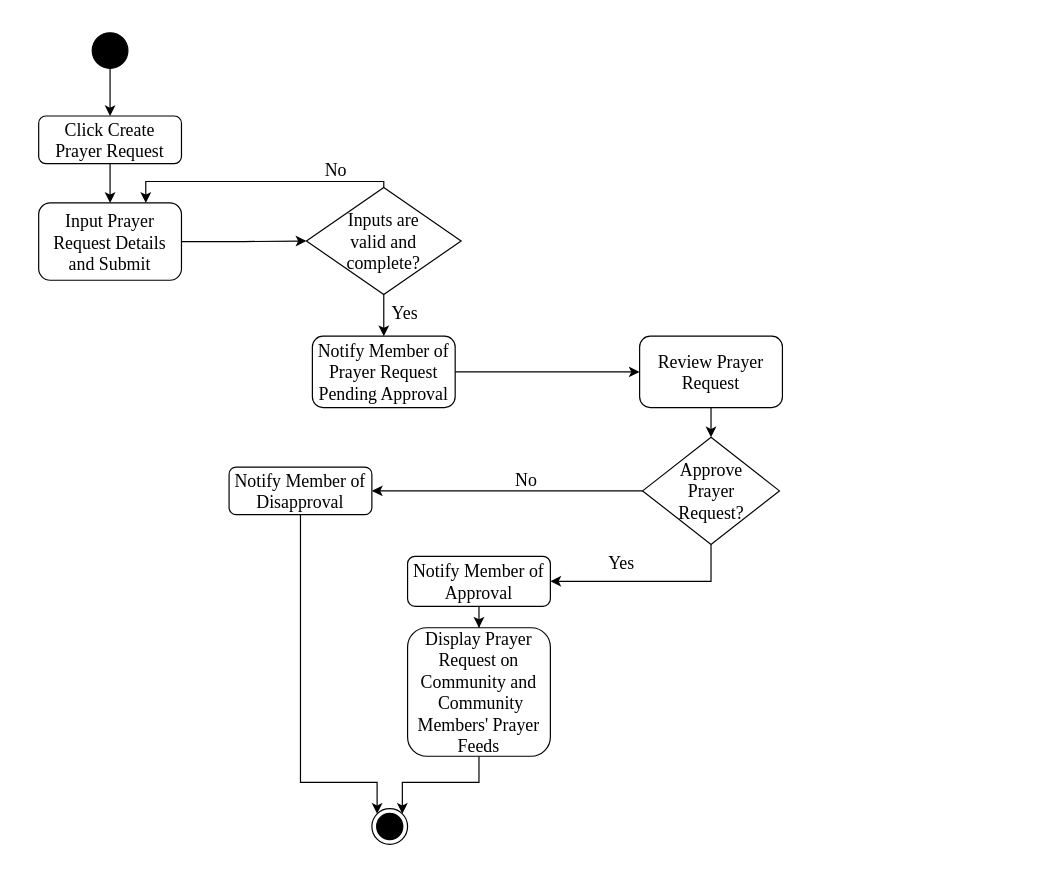
This is page "PrayerRequest" (7 of 12) of ConnexUs_Chap3.drawio from gvillanueva01/ConnexUs_diagrams, a draw.io file, before an edit. Source tidied: cells renumbered, new cells numbered last; positions are measured from the earlier drawing's top-left corner, leaving out a move shared by most shapes. Both pictures are drawn from the tidied source at 119%, with x=0, y=0 at pixel (38, 32).
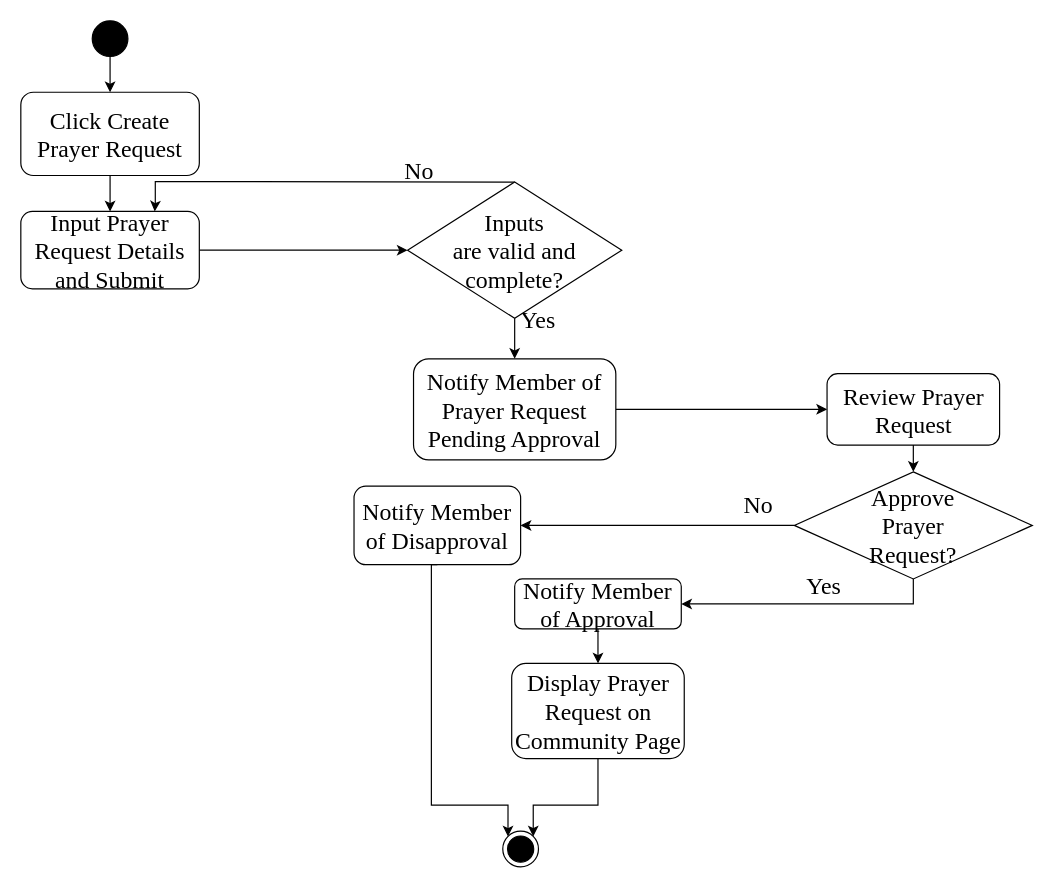
The same page after the edit.

Change to the diagram source:
```diff
@@
-    <mxCell id="2" style="edgeStyle=orthogonalEdgeStyle;rounded=0;jettySize=auto;html=1;fontSize=15;" parent="1" edge="1" source="3" target="5">
+    <mxCell id="2" style="edgeStyle=orthogonalEdgeStyle;rounded=0;jettySize=auto;html=1;fontSize=20;" parent="1" edge="1" source="3" target="5">
       <mxGeometry relative="1" as="geometry" />
     </mxCell>
-    <mxCell id="3" style="ellipse;fillColor=strokeColor;html=1;fontSize=15;" parent="1" vertex="1">
-      <mxGeometry x="45" width="30" height="30" as="geometry" />
+    <mxCell id="3" style="ellipse;fillColor=strokeColor;html=1;fontSize=20;" parent="1" vertex="1">
+      <mxGeometry x="45" y="-10" width="30" height="30" as="geometry" />
     </mxCell>
-    <mxCell id="4" style="edgeStyle=orthogonalEdgeStyle;rounded=0;jettySize=auto;html=1;entryX=0.5;entryY=0;entryDx=0;entryDy=0;fontSize=15;" parent="1" edge="1" source="5" target="9">
+    <mxCell id="4" style="edgeStyle=orthogonalEdgeStyle;rounded=0;jettySize=auto;html=1;entryX=0.5;entryY=0;entryDx=0;entryDy=0;fontSize=20;" parent="1" edge="1" source="5" target="9">
       <mxGeometry relative="1" as="geometry" />
     </mxCell>
-    <mxCell id="5" value="Click Create Prayer Request" style="rounded=1;whiteSpace=wrap;html=1;fontFamily=Times New Roman;fontSize=15;" parent="1" vertex="1">
-      <mxGeometry y="70" width="120" height="40" as="geometry" />
+    <mxCell id="5" value="Click Create Prayer Request" style="rounded=1;whiteSpace=wrap;html=1;fontFamily=Times New Roman;fontSize=20;" parent="1" vertex="1">
+      <mxGeometry x="-15" y="50" width="150" height="70" as="geometry" />
     </mxCell>
-    <mxCell id="6" style="ellipse;html=1;shape=endState;fillColor=strokeColor;fontSize=15;" parent="1" vertex="1">
-      <mxGeometry x="280" y="652" width="30" height="30" as="geometry" />
+    <mxCell id="6" style="ellipse;html=1;shape=endState;fillColor=strokeColor;fontSize=20;" parent="1" vertex="1">
+      <mxGeometry x="390" y="671" width="30" height="30" as="geometry" />
     </mxCell>
-    <mxCell id="7" value="Yes" style="text;html=1;strokeColor=none;fillColor=none;align=center;verticalAlign=middle;whiteSpace=wrap;rounded=0;fontFamily=Times New Roman;fontSize=15;" parent="1" vertex="1">
-      <mxGeometry x="278" y="220" width="60" height="30" as="geometry" />
+    <mxCell id="7" value="Yes" style="text;html=1;strokeColor=none;fillColor=none;align=center;verticalAlign=middle;whiteSpace=wrap;rounded=0;fontFamily=Times New Roman;fontSize=20;" parent="1" vertex="1">
+      <mxGeometry x="390" y="225.5" width="60" height="30" as="geometry" />
     </mxCell>
-    <mxCell id="8" style="edgeStyle=orthogonalEdgeStyle;rounded=0;jettySize=auto;html=1;entryX=0;entryY=0.5;entryDx=0;entryDy=0;fontSize=15;" parent="1" edge="1" source="9" target="12">
+    <mxCell id="8" style="edgeStyle=orthogonalEdgeStyle;rounded=0;jettySize=auto;html=1;entryX=0;entryY=0.5;entryDx=0;entryDy=0;fontSize=20;" parent="1" edge="1" source="9" target="12">
       <mxGeometry relative="1" as="geometry" />
     </mxCell>
-    <mxCell id="9" value="Input Prayer Request Details and Submit" style="rounded=1;whiteSpace=wrap;html=1;fontFamily=Times New Roman;fontSize=15;" parent="1" vertex="1">
-      <mxGeometry y="143" width="120" height="65" as="geometry" />
+    <mxCell id="9" value="Input Prayer Request Details and Submit" style="rounded=1;whiteSpace=wrap;html=1;fontFamily=Times New Roman;fontSize=20;" parent="1" vertex="1">
+      <mxGeometry x="-15" y="150.2" width="150" height="65" as="geometry" />
     </mxCell>
+    <mxCell id="11" style="edgeStyle=orthogonalEdgeStyle;rounded=0;jettySize=auto;html=1;entryX=0.75;entryY=0;entryDx=0;entryDy=0;fontSize=20;" parent="1" edge="1" source="12" target="9">
+      <mxGeometry relative="1" as="geometry">
+        <Array as="points">
+          <mxPoint x="400" y="125" />
+          <mxPoint x="98" y="125" />
+          <mxPoint x="98" y="143" />
+        </Array>
+      </mxGeometry>
+    </mxCell>
-    <mxCell id="10" style="edgeStyle=orthogonalEdgeStyle;rounded=0;jettySize=auto;html=1;entryX=0.5;entryY=0;entryDx=0;entryDy=0;fontSize=15;" parent="1" edge="1" source="12" target="14">
+    <mxCell id="10" style="edgeStyle=orthogonalEdgeStyle;rounded=0;jettySize=auto;html=1;" parent="1" edge="1" source="12" target="14">
       <mxGeometry relative="1" as="geometry" />
     </mxCell>
-    <mxCell id="11" style="edgeStyle=orthogonalEdgeStyle;rounded=0;jettySize=auto;html=1;entryX=0.75;entryY=0;entryDx=0;entryDy=0;fontSize=15;" parent="1" edge="1" source="12" target="9">
-      <mxGeometry relative="1" as="geometry">
-        <Array as="points">
-          <mxPoint x="90" y="125" />
-        </Array>
-      </mxGeometry>
-    </mxCell>
-    <mxCell id="12" value="&lt;font face=&quot;Times New Roman&quot; style=&quot;font-size: 15px;&quot;&gt;Inputs are&lt;br style=&quot;font-size: 15px;&quot;&gt;valid&amp;nbsp;and&lt;br style=&quot;font-size: 15px;&quot;&gt;complete?&lt;/font&gt;" style="shape=rhombus;html=1;dashed=0;whiteSpace=wrap;perimeter=rhombusPerimeter;fontSize=15;" parent="1" vertex="1">
-      <mxGeometry x="225" y="130" width="130" height="90" as="geometry" />
+    <mxCell id="12" value="&lt;font face=&quot;Times New Roman&quot; style=&quot;font-size: 20px;&quot;&gt;Inputs &lt;br&gt;are valid&amp;nbsp;and&lt;br style=&quot;font-size: 20px;&quot;&gt;complete?&lt;/font&gt;" style="shape=rhombus;html=1;dashed=0;whiteSpace=wrap;perimeter=rhombusPerimeter;fontSize=20;" parent="1" vertex="1">
+      <mxGeometry x="310" y="125.5" width="180" height="114.5" as="geometry" />
     </mxCell>
-    <mxCell id="13" style="edgeStyle=orthogonalEdgeStyle;rounded=0;jettySize=auto;html=1;exitX=1;exitY=0.5;exitDx=0;exitDy=0;entryX=0;entryY=0.5;entryDx=0;entryDy=0;" parent="1" edge="1" source="14" target="28">
+    <mxCell id="13" style="edgeStyle=orthogonalEdgeStyle;rounded=0;jettySize=auto;html=1;exitX=1;exitY=0.5;exitDx=0;exitDy=0;entryX=0;entryY=0.5;entryDx=0;entryDy=0;fontSize=20;" parent="1" edge="1" source="14" target="28">
       <mxGeometry relative="1" as="geometry" />
     </mxCell>
-    <mxCell id="14" value="Notify Member of Prayer Request Pending Approval" style="rounded=1;whiteSpace=wrap;html=1;fontFamily=Times New Roman;fontSize=15;" parent="1" vertex="1">
-      <mxGeometry x="230" y="255" width="120" height="60" as="geometry" />
+    <mxCell id="14" value="Notify Member of Prayer Request Pending Approval" style="rounded=1;whiteSpace=wrap;html=1;fontFamily=Times New Roman;fontSize=20;" parent="1" vertex="1">
+      <mxGeometry x="315" y="274" width="170" height="85" as="geometry" />
     </mxCell>
+    <mxCell id="16" style="edgeStyle=orthogonalEdgeStyle;rounded=0;jettySize=auto;html=1;entryX=1;entryY=0.5;entryDx=0;entryDy=0;fontSize=20;exitX=0.5;exitY=1;exitDx=0;exitDy=0;" parent="1" edge="1" source="17" target="21">
+      <mxGeometry relative="1" as="geometry">
+        <Array as="points">
+          <mxPoint x="735" y="480" />
+        </Array>
+      </mxGeometry>
+    </mxCell>
-    <mxCell id="15" style="edgeStyle=orthogonalEdgeStyle;rounded=0;jettySize=auto;html=1;exitX=0;exitY=0.5;exitDx=0;exitDy=0;entryX=1;entryY=0.5;entryDx=0;entryDy=0;fontSize=15;" parent="1" edge="1" source="17" target="18">
-      <mxGeometry relative="1" as="geometry">
-        <Array as="points">
-          <mxPoint x="430" y="385" />
-          <mxPoint x="430" y="385" />
-        </Array>
-      </mxGeometry>
+    <mxCell id="15" style="edgeStyle=orthogonalEdgeStyle;rounded=0;jettySize=auto;html=1;entryX=1;entryY=0.5;entryDx=0;entryDy=0;" parent="1" edge="1" source="17" target="18">
+      <mxGeometry relative="1" as="geometry" />
     </mxCell>
-    <mxCell id="16" style="edgeStyle=orthogonalEdgeStyle;rounded=0;jettySize=auto;html=1;entryX=1;entryY=0.5;entryDx=0;entryDy=0;fontSize=15;exitX=0.5;exitY=1;exitDx=0;exitDy=0;" parent="1" edge="1" source="17" target="21">
-      <mxGeometry relative="1" as="geometry">
-        <Array as="points">
-          <mxPoint x="565" y="461" />
-        </Array>
-      </mxGeometry>
-    </mxCell>
-    <mxCell id="17" value="&lt;font face=&quot;Times New Roman&quot;&gt;Approve &lt;br&gt;Prayer &lt;br&gt;Request?&lt;/font&gt;" style="shape=rhombus;html=1;dashed=0;whiteSpace=wrap;perimeter=rhombusPerimeter;fontSize=15;" parent="1" vertex="1">
-      <mxGeometry x="507.5" y="340" width="115" height="90" as="geometry" />
+    <mxCell id="17" value="&lt;font face=&quot;Times New Roman&quot; style=&quot;font-size: 20px;&quot;&gt;Approve &lt;br style=&quot;font-size: 20px;&quot;&gt;Prayer &lt;br style=&quot;font-size: 20px;&quot;&gt;Request?&lt;/font&gt;" style="shape=rhombus;html=1;dashed=0;whiteSpace=wrap;perimeter=rhombusPerimeter;fontSize=20;" parent="1" vertex="1">
+      <mxGeometry x="635" y="369" width="200" height="90" as="geometry" />
     </mxCell>
-    <mxCell id="18" value="Notify Member of Disapproval" style="rounded=1;whiteSpace=wrap;html=1;fontFamily=Times New Roman;fontSize=15;" parent="1" vertex="1">
-      <mxGeometry x="160" y="365" width="120" height="40" as="geometry" />
+    <mxCell id="18" value="Notify Member of Disapproval" style="rounded=1;whiteSpace=wrap;html=1;fontFamily=Times New Roman;fontSize=20;" parent="1" vertex="1">
+      <mxGeometry x="265" y="381" width="140" height="66" as="geometry" />
     </mxCell>
-    <mxCell id="19" value="No" style="text;html=1;strokeColor=none;fillColor=none;align=center;verticalAlign=middle;whiteSpace=wrap;rounded=0;fontFamily=Times New Roman;fontSize=15;" parent="1" vertex="1">
-      <mxGeometry x="220" y="100" width="60" height="30" as="geometry" />
+    <mxCell id="19" value="No" style="text;html=1;strokeColor=none;fillColor=none;align=center;verticalAlign=middle;whiteSpace=wrap;rounded=0;fontFamily=Times New Roman;fontSize=20;" parent="1" vertex="1">
+      <mxGeometry x="290" y="100" width="60" height="30" as="geometry" />
     </mxCell>
-    <mxCell id="20" style="edgeStyle=orthogonalEdgeStyle;rounded=0;jettySize=auto;html=1;entryX=0.5;entryY=0;entryDx=0;entryDy=0;fontSize=15;" parent="1" edge="1" source="21" target="23">
+    <mxCell id="20" style="edgeStyle=orthogonalEdgeStyle;rounded=0;jettySize=auto;html=1;entryX=0.5;entryY=0;entryDx=0;entryDy=0;fontSize=20;" parent="1" edge="1" source="21" target="23">
       <mxGeometry relative="1" as="geometry" />
     </mxCell>
-    <mxCell id="21" value="Notify Member of Approval" style="rounded=1;whiteSpace=wrap;html=1;fontFamily=Times New Roman;fontSize=15;" parent="1" vertex="1">
-      <mxGeometry x="310" y="440" width="120" height="42" as="geometry" />
+    <mxCell id="21" value="Notify Member of Approval" style="rounded=1;whiteSpace=wrap;html=1;fontFamily=Times New Roman;fontSize=20;" parent="1" vertex="1">
+      <mxGeometry x="400" y="459" width="140" height="42" as="geometry" />
     </mxCell>
-    <mxCell id="22" style="edgeStyle=orthogonalEdgeStyle;rounded=0;jettySize=auto;html=1;fontSize=15;entryX=1;entryY=0;entryDx=0;entryDy=0;" parent="1" edge="1" source="23" target="6">
+    <mxCell id="22" style="edgeStyle=orthogonalEdgeStyle;rounded=0;jettySize=auto;html=1;fontSize=20;entryX=1;entryY=0;entryDx=0;entryDy=0;exitX=0.5;exitY=1;exitDx=0;exitDy=0;" parent="1" edge="1" source="23" target="6">
       <mxGeometry relative="1" as="geometry">
         <Array as="points">
-          <mxPoint x="370" y="630" />
-          <mxPoint x="306" y="630" />
+          <mxPoint x="470" y="649" />
+          <mxPoint x="416" y="649" />
         </Array>
       </mxGeometry>
     </mxCell>
-    <mxCell id="23" value="Display Prayer Request on Community and &amp;nbsp;Community Members' Prayer Feeds" style="rounded=1;whiteSpace=wrap;html=1;fontFamily=Times New Roman;fontSize=15;" parent="1" vertex="1">
-      <mxGeometry x="310" y="500" width="120" height="108" as="geometry" />
+    <mxCell id="23" value="Display Prayer Request on Community Page" style="rounded=1;whiteSpace=wrap;html=1;fontFamily=Times New Roman;fontSize=20;" parent="1" vertex="1">
+      <mxGeometry x="397.5" y="530" width="145" height="80" as="geometry" />
     </mxCell>
-    <mxCell id="24" value="Yes" style="text;html=1;strokeColor=none;fillColor=none;align=center;verticalAlign=middle;whiteSpace=wrap;rounded=0;fontFamily=Times New Roman;fontSize=15;" parent="1" vertex="1">
-      <mxGeometry x="460" y="430" width="60" height="30" as="geometry" />
+    <mxCell id="24" value="Yes" style="text;html=1;strokeColor=none;fillColor=none;align=center;verticalAlign=middle;whiteSpace=wrap;rounded=0;fontFamily=Times New Roman;fontSize=20;" parent="1" vertex="1">
+      <mxGeometry x="630" y="449" width="60" height="30" as="geometry" />
     </mxCell>
-    <mxCell id="25" value="No" style="text;html=1;strokeColor=none;fillColor=none;align=center;verticalAlign=middle;whiteSpace=wrap;rounded=0;fontFamily=Times New Roman;fontSize=15;" parent="1" vertex="1">
-      <mxGeometry x="380" y="360" width="60" height="30" as="geometry" />
+    <mxCell id="25" value="No" style="text;html=1;strokeColor=none;fillColor=none;align=center;verticalAlign=middle;whiteSpace=wrap;rounded=0;fontFamily=Times New Roman;fontSize=20;" parent="1" vertex="1">
+      <mxGeometry x="575" y="381" width="60" height="30" as="geometry" />
     </mxCell>
-    <mxCell id="26" style="edgeStyle=orthogonalEdgeStyle;rounded=0;jettySize=auto;html=1;exitX=0.5;exitY=1;exitDx=0;exitDy=0;entryX=0;entryY=0;entryDx=0;entryDy=0;fontSize=15;" parent="1" edge="1" source="18" target="6">
+    <mxCell id="26" style="edgeStyle=orthogonalEdgeStyle;rounded=0;jettySize=auto;html=1;exitX=0.5;exitY=1;exitDx=0;exitDy=0;entryX=0;entryY=0;entryDx=0;entryDy=0;fontSize=20;" parent="1" edge="1" source="18" target="6">
       <mxGeometry relative="1" as="geometry">
         <Array as="points">
-          <mxPoint x="220" y="630" />
-          <mxPoint x="284" y="630" />
+          <mxPoint x="330" y="649" />
+          <mxPoint x="394" y="649" />
         </Array>
       </mxGeometry>
     </mxCell>
-    <mxCell id="27" style="edgeStyle=orthogonalEdgeStyle;rounded=0;jettySize=auto;html=1;exitX=0.5;exitY=1;exitDx=0;exitDy=0;" parent="1" edge="1" source="28" target="17">
+    <mxCell id="27" style="edgeStyle=orthogonalEdgeStyle;rounded=0;jettySize=auto;html=1;exitX=0.5;exitY=1;exitDx=0;exitDy=0;fontSize=20;" parent="1" edge="1" source="28" target="17">
       <mxGeometry relative="1" as="geometry" />
     </mxCell>
-    <mxCell id="28" value="Review Prayer Request" style="rounded=1;whiteSpace=wrap;html=1;fontFamily=Times New Roman;fontSize=15;" parent="1" vertex="1">
-      <mxGeometry x="505" y="255" width="120" height="60" as="geometry" />
+    <mxCell id="28" value="Review Prayer Request" style="rounded=1;whiteSpace=wrap;html=1;fontFamily=Times New Roman;fontSize=20;" parent="1" vertex="1">
+      <mxGeometry x="662.5" y="286.5" width="145" height="60" as="geometry" />
     </mxCell>
```
